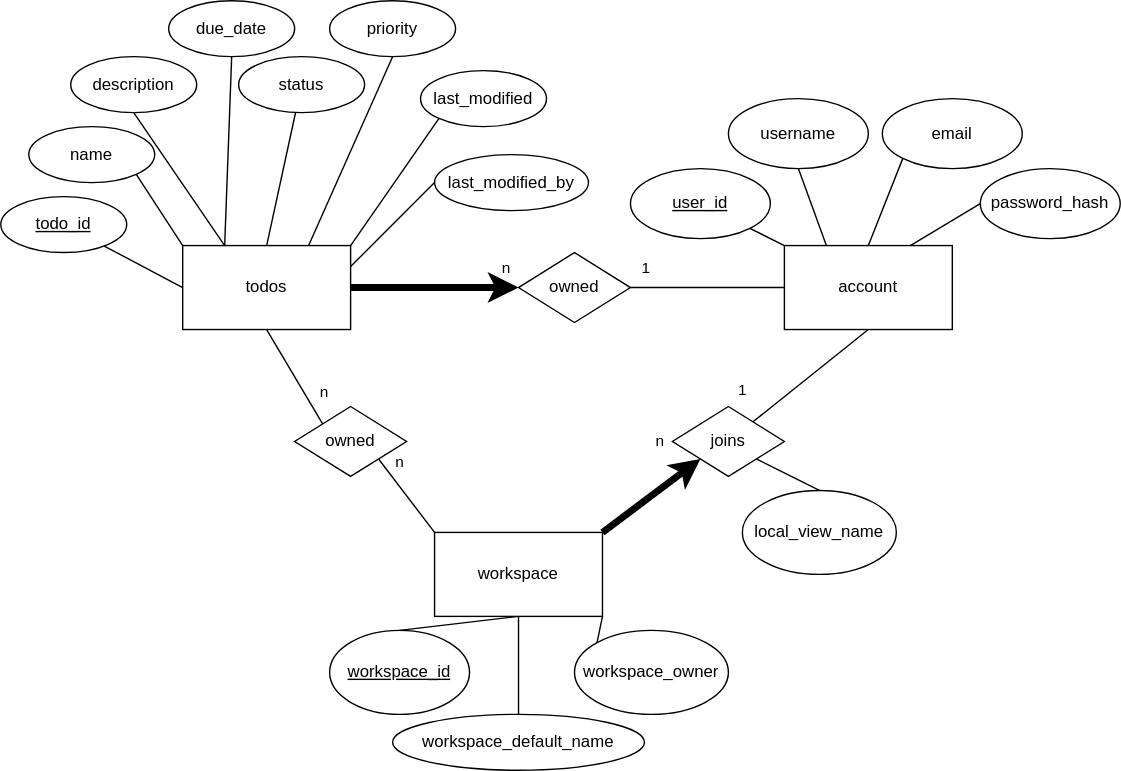
Before: specifications/src/er_diagram.drawio.svg, a diagram exported from draw.io (alex-au-922/sleekflow_coding_test). Source tidied: cells renumbered, new cells last; positions are measured from the earlier drawing's top-left corner, leaving out a move shared by most shapes. The source it was exported from:
```xml
<mxGraphModel>
  <root>
    <mxCell id="0" />
    <mxCell id="1" parent="0" />
    <mxCell id="2" style="edgeStyle=none;html=1;entryX=0;entryY=0.5;entryDx=0;entryDy=0;strokeColor=default;endArrow=none;endFill=0;" parent="1" edge="1" source="3" target="6">
      <mxGeometry relative="1" as="geometry" />
    </mxCell>
    <mxCell id="3" value="&lt;u&gt;todo_id&lt;/u&gt;" style="ellipse;whiteSpace=wrap;html=1;" parent="1" vertex="1">
      <mxGeometry y="140" width="90" height="40" as="geometry" />
    </mxCell>
    <mxCell id="4" style="edgeStyle=none;html=1;exitX=0.5;exitY=1;exitDx=0;exitDy=0;entryX=0;entryY=0;entryDx=0;entryDy=0;endArrow=none;endFill=0;strokeColor=default;strokeWidth=1;" parent="1" edge="1" source="6" target="42">
      <mxGeometry relative="1" as="geometry" />
    </mxCell>
    <mxCell id="5" value="n" style="edgeLabel;html=1;align=center;verticalAlign=middle;" parent="4" vertex="1">
      <mxGeometry x="0.55" y="5" relative="1" as="geometry">
        <mxPoint x="5" y="-5" as="offset" />
      </mxGeometry>
    </mxCell>
    <mxCell id="6" value="todos" style="rounded=0;whiteSpace=wrap;html=1;" parent="1" vertex="1">
      <mxGeometry x="130" y="175" width="120" height="60" as="geometry" />
    </mxCell>
    <mxCell id="7" style="edgeStyle=none;html=1;exitX=1;exitY=1;exitDx=0;exitDy=0;entryX=0;entryY=0;entryDx=0;entryDy=0;endArrow=none;endFill=0;strokeColor=default;" parent="1" edge="1" source="8" target="6">
      <mxGeometry relative="1" as="geometry" />
    </mxCell>
    <mxCell id="8" value="name" style="ellipse;whiteSpace=wrap;html=1;" parent="1" vertex="1">
      <mxGeometry x="20" y="90" width="90" height="40" as="geometry" />
    </mxCell>
    <mxCell id="9" style="edgeStyle=none;html=1;exitX=0.5;exitY=1;exitDx=0;exitDy=0;entryX=0.25;entryY=0;entryDx=0;entryDy=0;endArrow=none;endFill=0;strokeColor=default;" parent="1" edge="1" source="10" target="6">
      <mxGeometry relative="1" as="geometry" />
    </mxCell>
    <mxCell id="10" value="description" style="ellipse;whiteSpace=wrap;html=1;" parent="1" vertex="1">
      <mxGeometry x="50" y="40" width="90" height="40" as="geometry" />
    </mxCell>
    <mxCell id="11" style="edgeStyle=none;html=1;entryX=0.5;entryY=0;entryDx=0;entryDy=0;endArrow=none;endFill=0;strokeColor=default;" parent="1" edge="1" source="12" target="6">
      <mxGeometry relative="1" as="geometry" />
    </mxCell>
    <mxCell id="12" value="status" style="ellipse;whiteSpace=wrap;html=1;" parent="1" vertex="1">
      <mxGeometry x="170" y="40" width="90" height="40" as="geometry" />
    </mxCell>
    <mxCell id="13" style="edgeStyle=none;html=1;exitX=0.5;exitY=1;exitDx=0;exitDy=0;entryX=0.25;entryY=0;entryDx=0;entryDy=0;endArrow=none;endFill=0;strokeColor=default;" parent="1" edge="1" source="14" target="6">
      <mxGeometry relative="1" as="geometry" />
    </mxCell>
    <mxCell id="14" value="due_date" style="ellipse;whiteSpace=wrap;html=1;" parent="1" vertex="1">
      <mxGeometry x="120" width="90" height="40" as="geometry" />
    </mxCell>
    <mxCell id="15" style="edgeStyle=none;html=1;exitX=0;exitY=0.5;exitDx=0;exitDy=0;entryX=1;entryY=0.5;entryDx=0;entryDy=0;endArrow=none;endFill=0;strokeColor=default;" parent="1" edge="1" source="19" target="22">
      <mxGeometry relative="1" as="geometry" />
    </mxCell>
    <mxCell id="16" value="1" style="edgeLabel;html=1;align=center;verticalAlign=middle;" parent="15" vertex="1">
      <mxGeometry x="0.73" y="-3" relative="1" as="geometry">
        <mxPoint x="-5" y="-12" as="offset" />
      </mxGeometry>
    </mxCell>
    <mxCell id="17" style="edgeStyle=none;html=1;exitX=0.5;exitY=1;exitDx=0;exitDy=0;endArrow=none;endFill=0;strokeColor=default;strokeWidth=1;" parent="1" edge="1" source="19" target="38">
      <mxGeometry relative="1" as="geometry" />
    </mxCell>
    <mxCell id="18" value="1" style="edgeLabel;html=1;align=center;verticalAlign=middle;" parent="17" vertex="1">
      <mxGeometry x="0.37" y="-3" relative="1" as="geometry">
        <mxPoint x="-32" as="offset" />
      </mxGeometry>
    </mxCell>
    <mxCell id="19" value="account" style="rounded=0;whiteSpace=wrap;html=1;" parent="1" vertex="1">
      <mxGeometry x="560" y="175" width="120" height="60" as="geometry" />
    </mxCell>
    <mxCell id="20" style="edgeStyle=none;html=1;entryX=0;entryY=0.5;entryDx=0;entryDy=0;endArrow=classic;endFill=1;strokeColor=default;strokeWidth=5;exitX=1;exitY=0.5;exitDx=0;exitDy=0;" parent="1" edge="1" source="6" target="22">
      <mxGeometry relative="1" as="geometry" />
    </mxCell>
    <mxCell id="21" value="n" style="edgeLabel;html=1;align=center;verticalAlign=middle;" parent="20" vertex="1">
      <mxGeometry x="0.3" y="2" relative="1" as="geometry">
        <mxPoint x="32" y="-13" as="offset" />
      </mxGeometry>
    </mxCell>
    <mxCell id="22" value="owned" style="rhombus;whiteSpace=wrap;html=1;" parent="1" vertex="1">
      <mxGeometry x="370" y="180" width="80" height="50" as="geometry" />
    </mxCell>
    <mxCell id="23" style="edgeStyle=none;html=1;exitX=1;exitY=1;exitDx=0;exitDy=0;endArrow=none;endFill=0;strokeColor=default;strokeWidth=1;" parent="1" edge="1" source="24" target="19">
      <mxGeometry relative="1" as="geometry" />
    </mxCell>
    <mxCell id="24" value="&lt;u&gt;user_id&lt;/u&gt;" style="ellipse;whiteSpace=wrap;html=1;" parent="1" vertex="1">
      <mxGeometry x="450" y="120" width="100" height="50" as="geometry" />
    </mxCell>
    <mxCell id="25" style="edgeStyle=none;html=1;exitX=0.5;exitY=1;exitDx=0;exitDy=0;entryX=0.25;entryY=0;entryDx=0;entryDy=0;endArrow=none;endFill=0;strokeColor=default;strokeWidth=1;" parent="1" edge="1" source="26" target="19">
      <mxGeometry relative="1" as="geometry" />
    </mxCell>
    <mxCell id="26" value="username" style="ellipse;whiteSpace=wrap;html=1;" parent="1" vertex="1">
      <mxGeometry x="520" y="70" width="100" height="50" as="geometry" />
    </mxCell>
    <mxCell id="27" style="edgeStyle=none;html=1;exitX=0;exitY=1;exitDx=0;exitDy=0;entryX=0.5;entryY=0;entryDx=0;entryDy=0;endArrow=none;endFill=0;strokeColor=default;strokeWidth=1;" parent="1" edge="1" source="28" target="19">
      <mxGeometry relative="1" as="geometry" />
    </mxCell>
    <mxCell id="28" value="email" style="ellipse;whiteSpace=wrap;html=1;" parent="1" vertex="1">
      <mxGeometry x="630" y="70" width="100" height="50" as="geometry" />
    </mxCell>
    <mxCell id="29" style="edgeStyle=none;html=1;exitX=0;exitY=0.5;exitDx=0;exitDy=0;entryX=0.75;entryY=0;entryDx=0;entryDy=0;endArrow=none;endFill=0;strokeColor=default;strokeWidth=1;" parent="1" edge="1" source="30" target="19">
      <mxGeometry relative="1" as="geometry" />
    </mxCell>
    <mxCell id="30" value="password_hash" style="ellipse;whiteSpace=wrap;html=1;" parent="1" vertex="1">
      <mxGeometry x="700" y="120" width="100" height="50" as="geometry" />
    </mxCell>
    <mxCell id="31" style="edgeStyle=none;html=1;exitX=1;exitY=0;exitDx=0;exitDy=0;entryX=0;entryY=1;entryDx=0;entryDy=0;endArrow=classic;endFill=1;strokeColor=default;strokeWidth=5;" parent="1" edge="1" source="36" target="38">
      <mxGeometry relative="1" as="geometry" />
    </mxCell>
    <mxCell id="32" value="n" style="edgeLabel;html=1;align=center;verticalAlign=middle;" parent="31" vertex="1">
      <mxGeometry x="0.29" y="-1" relative="1" as="geometry">
        <mxPoint x="-6" y="-32" as="offset" />
      </mxGeometry>
    </mxCell>
    <mxCell id="33" style="edgeStyle=none;html=1;exitX=0.5;exitY=1;exitDx=0;exitDy=0;entryX=0.5;entryY=0;entryDx=0;entryDy=0;endArrow=none;endFill=0;" parent="1" edge="1" source="36" target="39">
      <mxGeometry relative="1" as="geometry" />
    </mxCell>
    <mxCell id="34" style="edgeStyle=none;html=1;endArrow=none;endFill=0;" parent="1" edge="1" source="36" target="44">
      <mxGeometry relative="1" as="geometry" />
    </mxCell>
    <mxCell id="35" style="edgeStyle=none;html=1;exitX=1;exitY=1;exitDx=0;exitDy=0;entryX=0;entryY=0;entryDx=0;entryDy=0;endArrow=none;endFill=0;" parent="1" edge="1" source="36" target="45">
      <mxGeometry relative="1" as="geometry" />
    </mxCell>
    <mxCell id="36" value="workspace" style="rounded=0;whiteSpace=wrap;html=1;" parent="1" vertex="1">
      <mxGeometry x="310" y="380" width="120" height="60" as="geometry" />
    </mxCell>
    <mxCell id="37" style="edgeStyle=none;html=1;exitX=1;exitY=1;exitDx=0;exitDy=0;entryX=0.5;entryY=0;entryDx=0;entryDy=0;endArrow=none;endFill=0;" parent="1" edge="1" source="38" target="43">
      <mxGeometry relative="1" as="geometry" />
    </mxCell>
    <mxCell id="38" value="joins" style="rhombus;whiteSpace=wrap;html=1;" parent="1" vertex="1">
      <mxGeometry x="480" y="290" width="80" height="50" as="geometry" />
    </mxCell>
    <mxCell id="39" value="&lt;u&gt;workspace_id&lt;/u&gt;" style="ellipse;whiteSpace=wrap;html=1;" parent="1" vertex="1">
      <mxGeometry x="235" y="450" width="100" height="60" as="geometry" />
    </mxCell>
    <mxCell id="40" style="edgeStyle=none;html=1;exitX=1;exitY=1;exitDx=0;exitDy=0;entryX=0;entryY=0;entryDx=0;entryDy=0;endArrow=none;endFill=0;strokeColor=default;strokeWidth=1;" parent="1" edge="1" source="42" target="36">
      <mxGeometry relative="1" as="geometry" />
    </mxCell>
    <mxCell id="41" value="n" style="edgeLabel;html=1;align=center;verticalAlign=middle;" parent="40" vertex="1">
      <mxGeometry x="-0.42" y="-2" relative="1" as="geometry">
        <mxPoint x="5" y="-14" as="offset" />
      </mxGeometry>
    </mxCell>
    <mxCell id="42" value="owned" style="rhombus;whiteSpace=wrap;html=1;" parent="1" vertex="1">
      <mxGeometry x="210" y="290" width="80" height="50" as="geometry" />
    </mxCell>
    <mxCell id="43" value="local_view_name" style="ellipse;whiteSpace=wrap;html=1;" parent="1" vertex="1">
      <mxGeometry x="530" y="350" width="110" height="60" as="geometry" />
    </mxCell>
    <mxCell id="44" value="workspace_default_name" style="ellipse;whiteSpace=wrap;html=1;" parent="1" vertex="1">
      <mxGeometry x="280" y="510" width="180" height="40" as="geometry" />
    </mxCell>
    <mxCell id="45" value="workspace_owner" style="ellipse;whiteSpace=wrap;html=1;" parent="1" vertex="1">
      <mxGeometry x="410" y="450" width="110" height="60" as="geometry" />
    </mxCell>
    <mxCell id="46" style="edgeStyle=none;html=1;exitX=0.5;exitY=1;exitDx=0;exitDy=0;entryX=0.75;entryY=0;entryDx=0;entryDy=0;endArrow=none;endFill=0;" parent="1" edge="1" source="47" target="6">
      <mxGeometry relative="1" as="geometry" />
    </mxCell>
    <mxCell id="47" value="priority" style="ellipse;whiteSpace=wrap;html=1;" parent="1" vertex="1">
      <mxGeometry x="235" width="90" height="40" as="geometry" />
    </mxCell>
    <mxCell id="48" style="edgeStyle=none;html=1;exitX=0;exitY=1;exitDx=0;exitDy=0;entryX=1;entryY=0;entryDx=0;entryDy=0;endArrow=none;endFill=0;" parent="1" edge="1" source="49" target="6">
      <mxGeometry relative="1" as="geometry" />
    </mxCell>
    <mxCell id="49" value="last_modified" style="ellipse;whiteSpace=wrap;html=1;" parent="1" vertex="1">
      <mxGeometry x="300" y="50" width="90" height="40" as="geometry" />
    </mxCell>
    <mxCell id="50" style="edgeStyle=none;html=1;exitX=0;exitY=0.5;exitDx=0;exitDy=0;entryX=1;entryY=0.25;entryDx=0;entryDy=0;endArrow=none;endFill=0;" parent="1" edge="1" source="51" target="6">
      <mxGeometry relative="1" as="geometry" />
    </mxCell>
    <mxCell id="51" value="last_modified_by" style="ellipse;whiteSpace=wrap;html=1;" parent="1" vertex="1">
      <mxGeometry x="310" y="110" width="110" height="40" as="geometry" />
    </mxCell>
  </root>
</mxGraphModel>
```
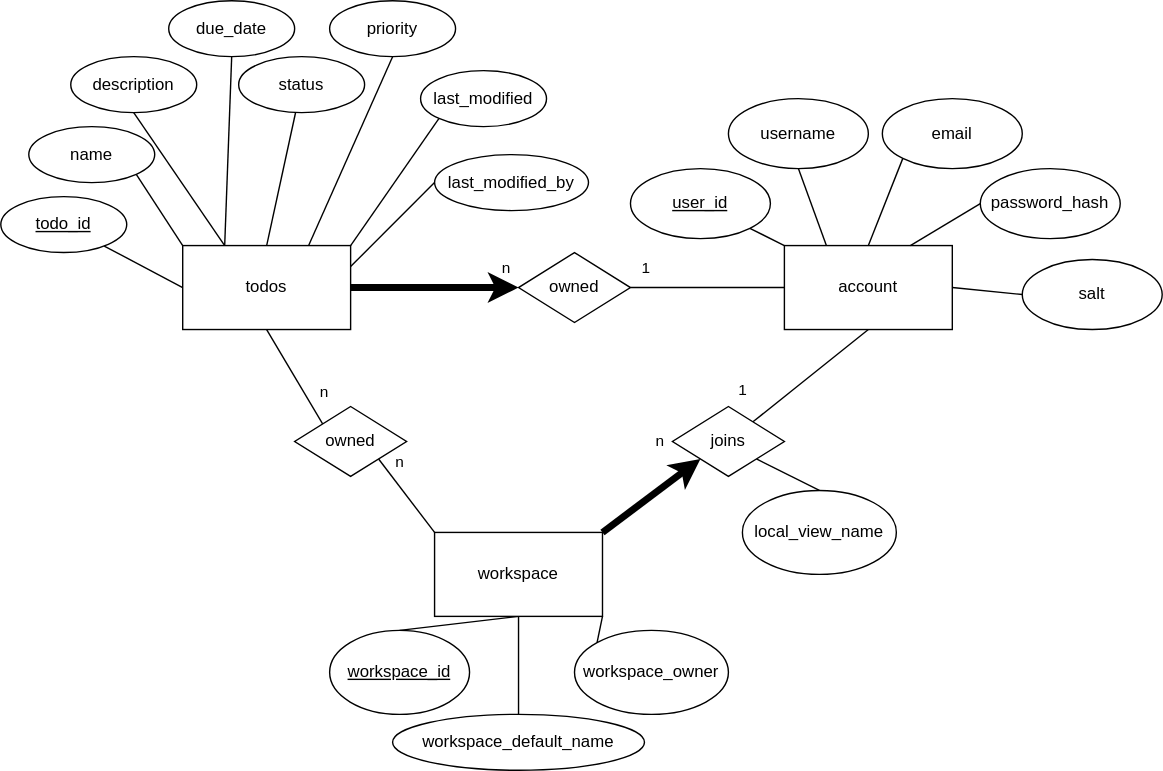
Above is the later version.

Diff of the diagram source:
```diff
@@ -59,6 +59,9 @@
         <mxPoint x="-32" as="offset" />
       </mxGeometry>
     </mxCell>
+    <mxCell id="52" style="edgeStyle=none;html=1;exitX=1;exitY=0.5;exitDx=0;exitDy=0;entryX=0;entryY=0.5;entryDx=0;entryDy=0;endArrow=none;endFill=0;" parent="1" edge="1" source="19" target="53">
+      <mxGeometry relative="1" as="geometry" />
+    </mxCell>
     <mxCell id="19" value="account" style="rounded=0;whiteSpace=wrap;html=1;" parent="1" vertex="1">
       <mxGeometry x="560" y="175" width="120" height="60" as="geometry" />
     </mxCell>
@@ -164,5 +167,8 @@
     <mxCell id="51" value="last_modified_by" style="ellipse;whiteSpace=wrap;html=1;" parent="1" vertex="1">
       <mxGeometry x="310" y="110" width="110" height="40" as="geometry" />
     </mxCell>
+    <mxCell id="53" value="salt" style="ellipse;whiteSpace=wrap;html=1;" parent="1" vertex="1">
+      <mxGeometry x="730" y="185" width="100" height="50" as="geometry" />
+    </mxCell>
   </root>
 </mxGraphModel>
```
